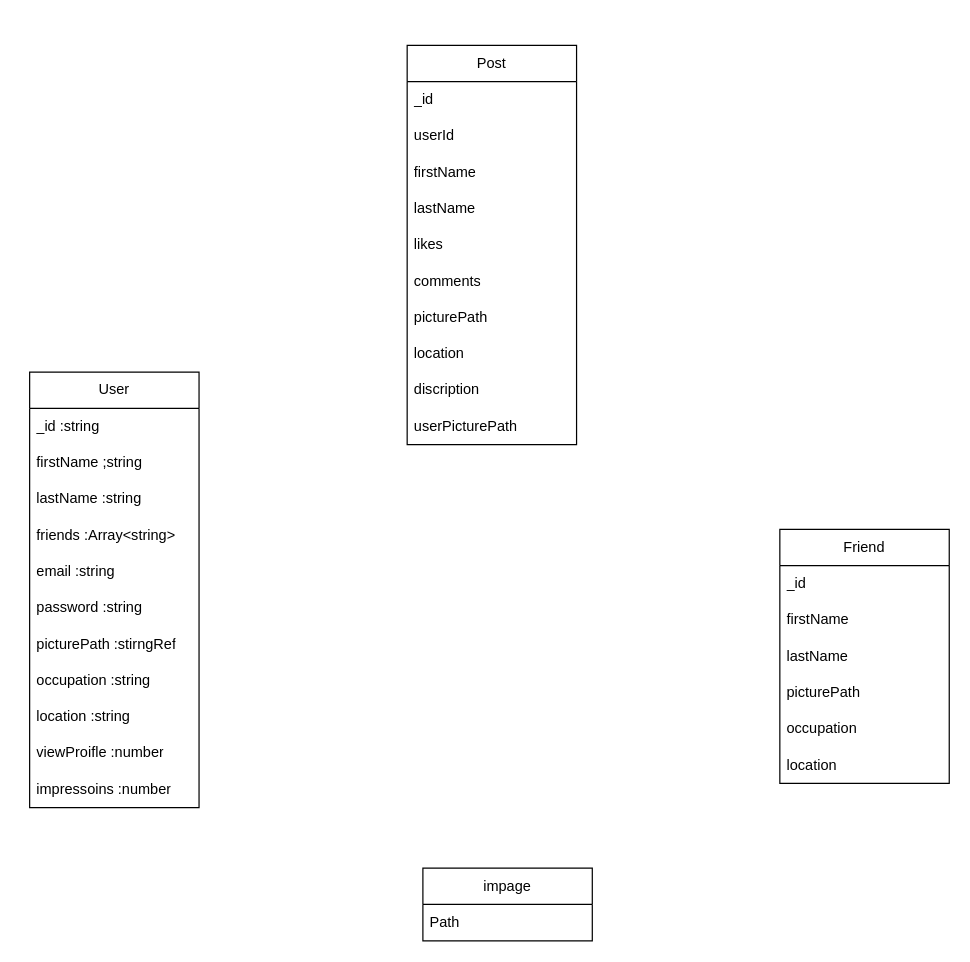
Earlier version of the draw.io diagram server/data_chart.drawio (ahmed-226/Sociopedia). Source tidied: cells renumbered, new cells numbered last; positions are measured from the earlier drawing's top-left corner, leaving out a move shared by most shapes. Both pictures are drawn from the tidied source at 121%, with x=0, y=0 at pixel (29, 45).
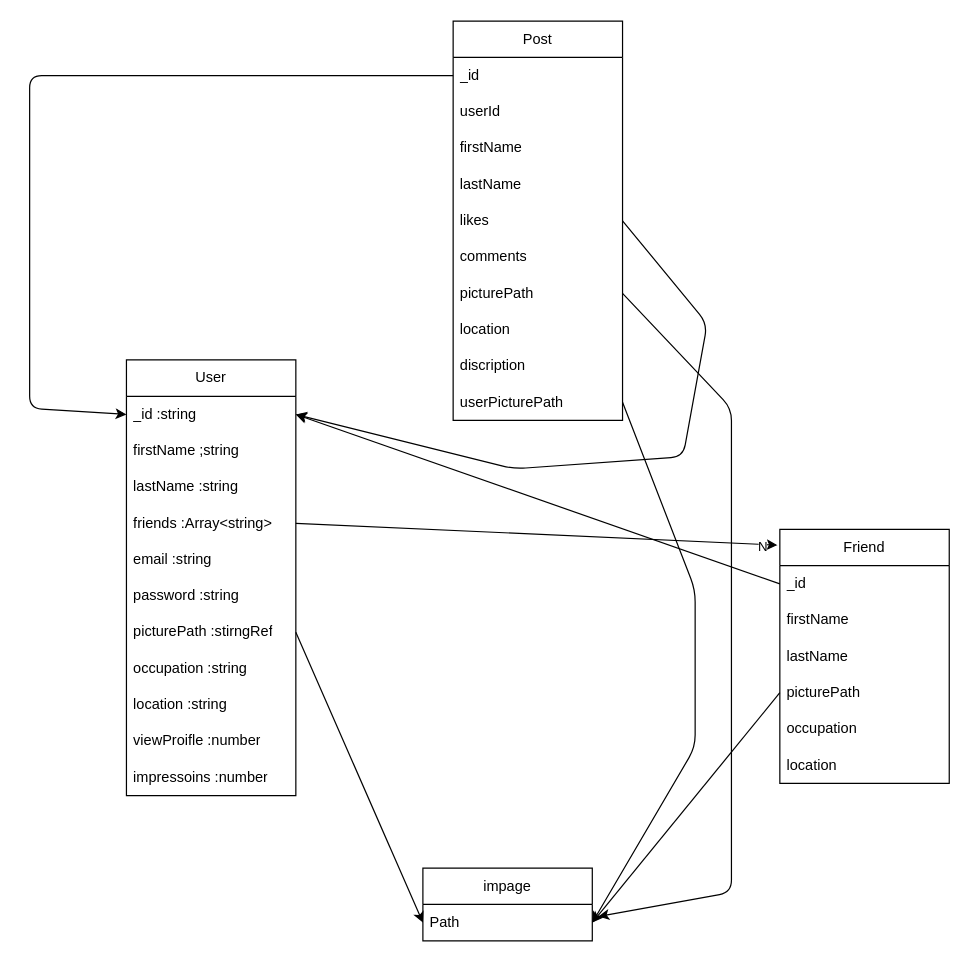
The same diagram, later.

Commit message (it also covers changes not shown here):
complete data_chart file

The change refers to these unchanged cells:
```xml
<mxCell id="3" value="_id :string" style="text;strokeColor=none;fillColor=none;align=left;verticalAlign=middle;spacingLeft=4;spacingRight=4;overflow=hidden;points=[[0,0.5],[1,0.5]];portConstraint=eastwest;whiteSpace=wrap;html=1;" parent="2" vertex="1">
  <mxGeometry y="30" width="140" height="30" as="geometry" />
</mxCell>
<mxCell id="6" value="friends :Array&amp;lt;string&amp;gt;" style="text;strokeColor=none;fillColor=none;align=left;verticalAlign=middle;spacingLeft=4;spacingRight=4;overflow=hidden;points=[[0,0.5],[1,0.5]];portConstraint=eastwest;whiteSpace=wrap;html=1;" parent="2" vertex="1">
  <mxGeometry y="120" width="140" height="30" as="geometry" />
</mxCell>
<mxCell id="9" value="picturePath :stirngRef" style="text;strokeColor=none;fillColor=none;align=left;verticalAlign=middle;spacingLeft=4;spacingRight=4;overflow=hidden;points=[[0,0.5],[1,0.5]];portConstraint=eastwest;whiteSpace=wrap;html=1;" parent="2" vertex="1">
  <mxGeometry y="210" width="140" height="30" as="geometry" />
</mxCell>
<mxCell id="15" value="_id" style="text;strokeColor=none;fillColor=none;align=left;verticalAlign=middle;spacingLeft=4;spacingRight=4;overflow=hidden;points=[[0,0.5],[1,0.5]];portConstraint=eastwest;whiteSpace=wrap;html=1;" parent="14" vertex="1">
  <mxGeometry y="30" width="140" height="30" as="geometry" />
</mxCell>
<mxCell id="19" value="likes" style="text;strokeColor=none;fillColor=none;align=left;verticalAlign=middle;spacingLeft=4;spacingRight=4;overflow=hidden;points=[[0,0.5],[1,0.5]];portConstraint=eastwest;whiteSpace=wrap;html=1;" parent="14" vertex="1">
  <mxGeometry y="150" width="140" height="30" as="geometry" />
</mxCell>
<mxCell id="21" value="picturePath" style="text;strokeColor=none;fillColor=none;align=left;verticalAlign=middle;spacingLeft=4;spacingRight=4;overflow=hidden;points=[[0,0.5],[1,0.5]];portConstraint=eastwest;whiteSpace=wrap;html=1;" parent="14" vertex="1">
  <mxGeometry y="210" width="140" height="30" as="geometry" />
</mxCell>
<mxCell id="24" value="userPicturePath" style="text;strokeColor=none;fillColor=none;align=left;verticalAlign=middle;spacingLeft=4;spacingRight=4;overflow=hidden;points=[[0,0.5],[1,0.5]];portConstraint=eastwest;whiteSpace=wrap;html=1;" parent="14" vertex="1">
  <mxGeometry y="300" width="140" height="30" as="geometry" />
</mxCell>
<mxCell id="26" value="Path" style="text;strokeColor=none;fillColor=none;align=left;verticalAlign=middle;spacingLeft=4;spacingRight=4;overflow=hidden;points=[[0,0.5],[1,0.5]];portConstraint=eastwest;whiteSpace=wrap;html=1;" parent="25" vertex="1">
  <mxGeometry y="30" width="140" height="30" as="geometry" />
</mxCell>
<mxCell id="27" value="Friend" style="swimlane;fontStyle=0;horizontal=1;startSize=30;whiteSpace=wrap;html=1;" parent="1" vertex="1">
  <mxGeometry x="620" y="400" width="140" height="210" as="geometry" />
</mxCell>
<mxCell id="28" value="_id" style="text;strokeColor=none;fillColor=none;align=left;verticalAlign=middle;spacingLeft=4;spacingRight=4;overflow=hidden;points=[[0,0.5],[1,0.5]];portConstraint=eastwest;whiteSpace=wrap;html=1;" parent="27" vertex="1">
  <mxGeometry y="30" width="140" height="30" as="geometry" />
</mxCell>
<mxCell id="31" value="picturePath" style="text;strokeColor=none;fillColor=none;align=left;verticalAlign=middle;spacingLeft=4;spacingRight=4;overflow=hidden;points=[[0,0.5],[1,0.5]];portConstraint=eastwest;whiteSpace=wrap;html=1;" parent="27" vertex="1">
  <mxGeometry y="120" width="140" height="30" as="geometry" />
</mxCell>
```

Change to the diagram source:
```diff
@@
     <mxCell id="2" value="User" style="swimlane;fontStyle=0;horizontal=1;startSize=30;whiteSpace=wrap;html=1;" parent="1" vertex="1">
-      <mxGeometry y="270" width="140" height="360" as="geometry" />
+      <mxGeometry x="80" y="260" width="140" height="360" as="geometry" />
     </mxCell>
@@
     <mxCell id="14" value="Post" style="swimlane;fontStyle=0;horizontal=1;startSize=30;whiteSpace=wrap;html=1;" parent="1" vertex="1">
-      <mxGeometry x="312" width="140" height="330" as="geometry" />
+      <mxGeometry x="350" y="-20" width="140" height="330" as="geometry" />
     </mxCell>
@@
+    <mxCell id="34" style="edgeStyle=none;html=1;exitX=0;exitY=0.5;exitDx=0;exitDy=0;entryX=0;entryY=0.5;entryDx=0;entryDy=0;" parent="1" edge="1" source="15" target="3">
+      <mxGeometry relative="1" as="geometry">
+        <Array as="points">
+          <mxPoint y="25" />
+          <mxPoint y="300" />
+        </Array>
+      </mxGeometry>
+    </mxCell>
+    <mxCell id="35" style="edgeStyle=none;html=1;exitX=0;exitY=0.5;exitDx=0;exitDy=0;entryX=1;entryY=0.5;entryDx=0;entryDy=0;" parent="1" edge="1" source="28" target="3">
+      <mxGeometry relative="1" as="geometry" />
+    </mxCell>
+    <mxCell id="36" style="edgeStyle=none;html=1;exitX=1;exitY=0.5;exitDx=0;exitDy=0;entryX=1;entryY=0.5;entryDx=0;entryDy=0;" parent="1" edge="1" source="19" target="3">
+      <mxGeometry relative="1" as="geometry">
+        <Array as="points">
+          <mxPoint x="560" y="230" />
+          <mxPoint x="540" y="340" />
+          <mxPoint x="400" y="350" />
+        </Array>
+      </mxGeometry>
+    </mxCell>
+    <mxCell id="37" style="edgeStyle=none;html=1;exitX=0;exitY=0.5;exitDx=0;exitDy=0;entryX=1;entryY=0.5;entryDx=0;entryDy=0;" parent="1" edge="1" source="31" target="26">
+      <mxGeometry relative="1" as="geometry" />
+    </mxCell>
+    <mxCell id="38" style="edgeStyle=none;html=1;exitX=1;exitY=0.5;exitDx=0;exitDy=0;entryX=0;entryY=0.5;entryDx=0;entryDy=0;" parent="1" edge="1" source="9" target="26">
+      <mxGeometry relative="1" as="geometry" />
+    </mxCell>
+    <mxCell id="39" style="edgeStyle=none;html=1;exitX=1;exitY=0.5;exitDx=0;exitDy=0;entryX=1;entryY=0.5;entryDx=0;entryDy=0;" parent="1" edge="1" source="24" target="26">
+      <mxGeometry relative="1" as="geometry">
+        <Array as="points">
+          <mxPoint x="550" y="450" />
+          <mxPoint x="550" y="580" />
+        </Array>
+      </mxGeometry>
+    </mxCell>
+    <mxCell id="40" style="edgeStyle=none;html=1;exitX=1;exitY=0.5;exitDx=0;exitDy=0;" parent="1" edge="1" source="21">
+      <mxGeometry relative="1" as="geometry">
+        <mxPoint x="470" y="720" as="targetPoint" />
+        <Array as="points">
+          <mxPoint x="580" y="300" />
+          <mxPoint x="580" y="500" />
+          <mxPoint x="580" y="700" />
+        </Array>
+      </mxGeometry>
+    </mxCell>
+    <mxCell id="41" style="edgeStyle=none;html=1;exitX=1;exitY=0.5;exitDx=0;exitDy=0;entryX=-0.014;entryY=0.062;entryDx=0;entryDy=0;entryPerimeter=0;" parent="1" edge="1" source="6" target="27">
+      <mxGeometry relative="1" as="geometry" />
+    </mxCell>
+    <mxCell id="42" value="N" style="edgeLabel;html=1;align=center;verticalAlign=middle;" parent="41" vertex="1">
+      <mxGeometry x="0.94" y="-1" relative="1" as="geometry" />
+    </mxCell>
```
